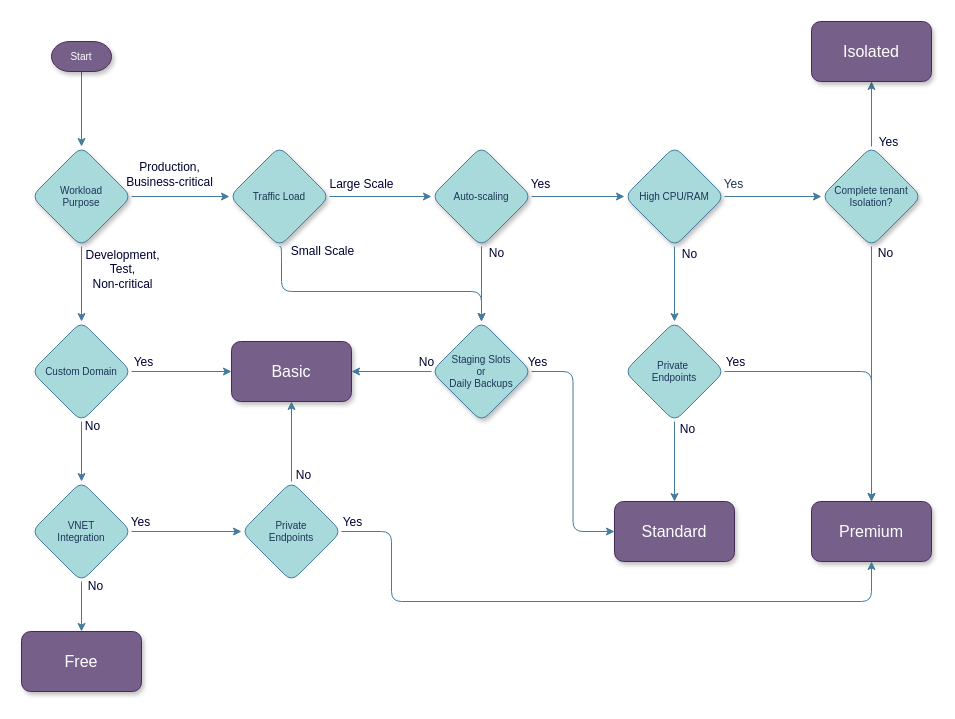
The draw.io diagram page "Page-3" (2 of 2) of workables/articles/100640-azure-app-service-plan-flowchart/media/Basic Flow Chart.drawio in georgekosmidis/blog.georgekosmidis.net, before the edit. Source tidied: cells renumbered, new cells numbered last; positions are measured from the earlier drawing's top-left corner, leaving out a move shared by most shapes. Both pictures are drawn from the tidied source at 100%, with x=0, y=0 at pixel (21, 21).
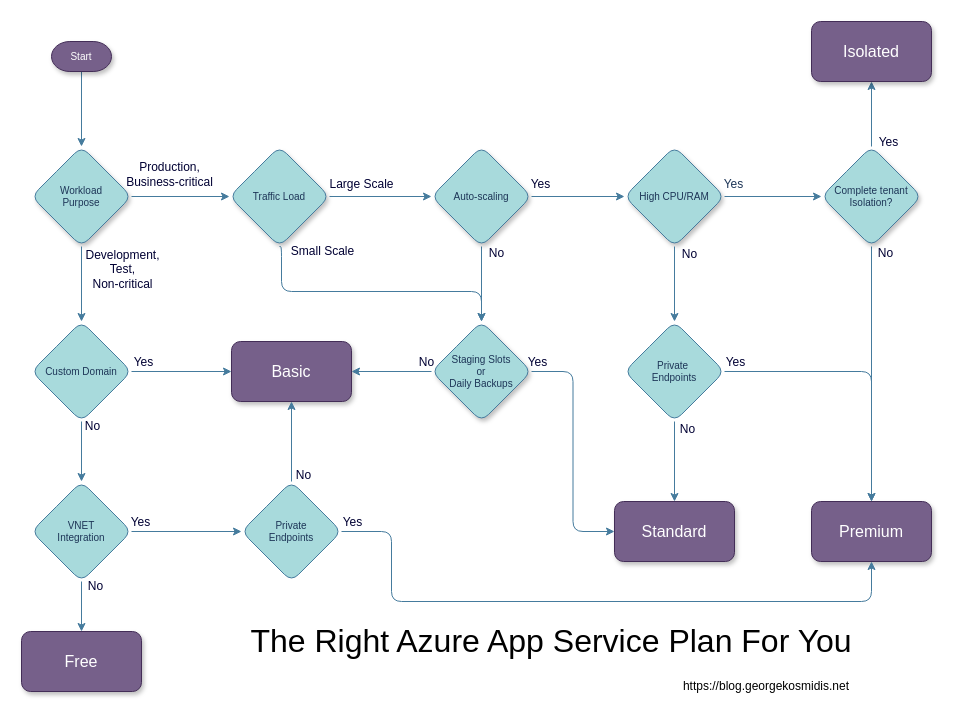
The same page after the edit.

What changed in the source:
```diff
@@
+    <mxCell id="59" value="The Right Azure App Service Plan For You" style="text;html=1;align=center;verticalAlign=middle;whiteSpace=wrap;rounded=0;fontSize=32;fontStyle=0;" parent="1" vertex="1">
+      <mxGeometry x="200" y="590" width="660" height="60" as="geometry" />
+    </mxCell>
+    <mxCell id="60" value="https://blog.georgekosmidis.net" style="text;html=1;align=center;verticalAlign=middle;whiteSpace=wrap;rounded=0;" parent="1" vertex="1">
+      <mxGeometry x="660" y="650" width="170" height="30" as="geometry" />
+    </mxCell>
```
